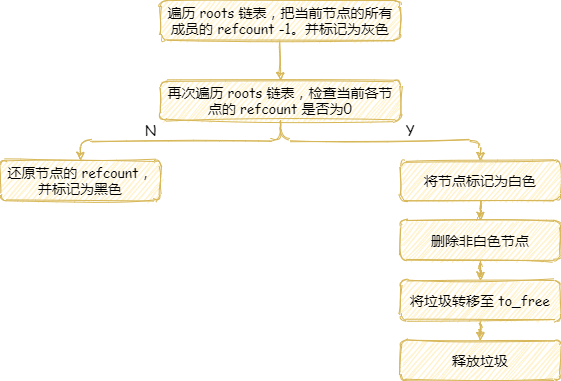
The draw.io diagram 垃圾回收过程.png in 350258655/image, before a commit. Source tidied: cells renumbered, new cells last; positions are measured from the earlier drawing's top-left corner, leaving out a move shared by most shapes. The source it was exported from:
```xml
<mxGraphModel>
  <root>
    <mxCell id="0" />
    <mxCell id="1" parent="0" />
    <mxCell id="2" style="edgeStyle=orthogonalEdgeStyle;jettySize=auto;html=1;fillColor=#fff2cc;strokeColor=#d6b656;fontFamily=Comic Sans MS;fontSize=14;shadow=0;sketch=1;" parent="1" edge="1" source="3" target="6">
      <mxGeometry relative="1" as="geometry" />
    </mxCell>
    <mxCell id="3" value="遍历 roots 链表，把当前节点的所有成员的 refcount -1。并标记为灰色" style="whiteSpace=wrap;html=1;fillColor=#fff2cc;strokeColor=#d6b656;fontFamily=Comic Sans MS;fontSize=14;shadow=0;sketch=1;rounded=1;" parent="1" vertex="1">
      <mxGeometry x="160" width="240" height="40" as="geometry" />
    </mxCell>
    <mxCell id="4" style="edgeStyle=orthogonalEdgeStyle;jettySize=auto;html=1;fillColor=#fff2cc;strokeColor=#d6b656;fontFamily=Comic Sans MS;fontSize=14;shadow=0;sketch=1;" parent="1" edge="1" source="6" target="7">
      <mxGeometry relative="1" as="geometry" />
    </mxCell>
    <mxCell id="5" style="edgeStyle=orthogonalEdgeStyle;jettySize=auto;html=1;fillColor=#fff2cc;strokeColor=#d6b656;fontFamily=Comic Sans MS;fontSize=14;shadow=0;sketch=1;" parent="1" edge="1" source="6" target="10">
      <mxGeometry relative="1" as="geometry" />
    </mxCell>
    <mxCell id="6" value="再次遍历 roots 链表，检查当前各节点的 refcount 是否为0" style="whiteSpace=wrap;html=1;fillColor=#fff2cc;strokeColor=#d6b656;fontFamily=Comic Sans MS;fontSize=14;shadow=0;sketch=1;rounded=1;" parent="1" vertex="1">
      <mxGeometry x="160" y="80" width="240" height="40" as="geometry" />
    </mxCell>
    <mxCell id="7" value="还原节点的 refcount，并标记为黑色" style="whiteSpace=wrap;html=1;fillColor=#fff2cc;strokeColor=#d6b656;fontFamily=Comic Sans MS;fontSize=14;shadow=0;sketch=1;rounded=1;" parent="1" vertex="1">
      <mxGeometry y="160" width="160" height="40" as="geometry" />
    </mxCell>
    <mxCell id="8" value="N" style="text;html=1;align=center;verticalAlign=middle;fontFamily=Comic Sans MS;fontSize=14;shadow=0;sketch=1;rounded=1;" parent="1" vertex="1">
      <mxGeometry x="135" y="120" width="30" height="20" as="geometry" />
    </mxCell>
    <mxCell id="9" style="edgeStyle=orthogonalEdgeStyle;jettySize=auto;html=1;fillColor=#fff2cc;strokeColor=#d6b656;fontFamily=Comic Sans MS;fontSize=14;shadow=0;sketch=1;" parent="1" edge="1" source="10" target="13">
      <mxGeometry relative="1" as="geometry" />
    </mxCell>
    <mxCell id="10" value="将节点标记为白色" style="whiteSpace=wrap;html=1;fillColor=#fff2cc;strokeColor=#d6b656;fontFamily=Comic Sans MS;fontSize=14;shadow=0;sketch=1;rounded=1;" parent="1" vertex="1">
      <mxGeometry x="400" y="160" width="160" height="40" as="geometry" />
    </mxCell>
    <mxCell id="11" value="Y" style="text;html=1;align=center;verticalAlign=middle;fontFamily=Comic Sans MS;fontSize=14;shadow=0;sketch=1;rounded=1;" parent="1" vertex="1">
      <mxGeometry x="400" y="120" width="20" height="20" as="geometry" />
    </mxCell>
    <mxCell id="12" style="edgeStyle=orthogonalEdgeStyle;jettySize=auto;html=1;fillColor=#fff2cc;strokeColor=#d6b656;fontFamily=Comic Sans MS;fontSize=14;shadow=0;sketch=1;" parent="1" edge="1" source="13" target="15">
      <mxGeometry relative="1" as="geometry" />
    </mxCell>
    <mxCell id="13" value="删除非白色节点" style="whiteSpace=wrap;html=1;fillColor=#fff2cc;strokeColor=#d6b656;fontFamily=Comic Sans MS;fontSize=14;shadow=0;sketch=1;rounded=1;" parent="1" vertex="1">
      <mxGeometry x="400" y="220" width="160" height="40" as="geometry" />
    </mxCell>
    <mxCell id="14" style="edgeStyle=orthogonalEdgeStyle;jettySize=auto;html=1;fillColor=#fff2cc;strokeColor=#d6b656;fontFamily=Comic Sans MS;fontSize=14;shadow=0;sketch=1;" parent="1" edge="1" source="15" target="16">
      <mxGeometry relative="1" as="geometry" />
    </mxCell>
    <mxCell id="15" value="将垃圾转移至 to_free" style="whiteSpace=wrap;html=1;fillColor=#fff2cc;strokeColor=#d6b656;fontFamily=Comic Sans MS;fontSize=14;shadow=0;sketch=1;rounded=1;" parent="1" vertex="1">
      <mxGeometry x="400" y="280" width="160" height="40" as="geometry" />
    </mxCell>
    <mxCell id="16" value="释放垃圾" style="whiteSpace=wrap;html=1;fillColor=#fff2cc;strokeColor=#d6b656;fontFamily=Comic Sans MS;fontSize=14;shadow=0;sketch=1;rounded=1;" parent="1" vertex="1">
      <mxGeometry x="400" y="340" width="160" height="40" as="geometry" />
    </mxCell>
  </root>
</mxGraphModel>
```
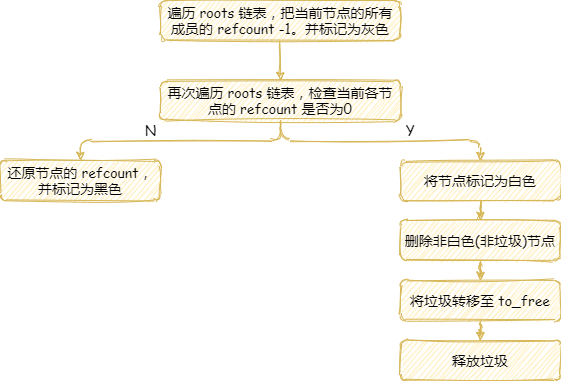
Above is the later version.

Commit message:
更新垃圾回收过程.png

What changed in the source:
```diff
@@ -35,7 +35,7 @@
     <mxCell id="12" style="edgeStyle=orthogonalEdgeStyle;jettySize=auto;html=1;fillColor=#fff2cc;strokeColor=#d6b656;fontFamily=Comic Sans MS;fontSize=14;shadow=0;sketch=1;" parent="1" edge="1" source="13" target="15">
       <mxGeometry relative="1" as="geometry" />
     </mxCell>
-    <mxCell id="13" value="删除非白色节点" style="whiteSpace=wrap;html=1;fillColor=#fff2cc;strokeColor=#d6b656;fontFamily=Comic Sans MS;fontSize=14;shadow=0;sketch=1;rounded=1;" parent="1" vertex="1">
+    <mxCell id="13" value="删除非白色(非垃圾)节点" style="whiteSpace=wrap;html=1;fillColor=#fff2cc;strokeColor=#d6b656;fontFamily=Comic Sans MS;fontSize=14;shadow=0;sketch=1;rounded=1;" parent="1" vertex="1">
       <mxGeometry x="400" y="220" width="160" height="40" as="geometry" />
     </mxCell>
     <mxCell id="14" style="edgeStyle=orthogonalEdgeStyle;jettySize=auto;html=1;fillColor=#fff2cc;strokeColor=#d6b656;fontFamily=Comic Sans MS;fontSize=14;shadow=0;sketch=1;" parent="1" edge="1" source="15" target="16">
```
